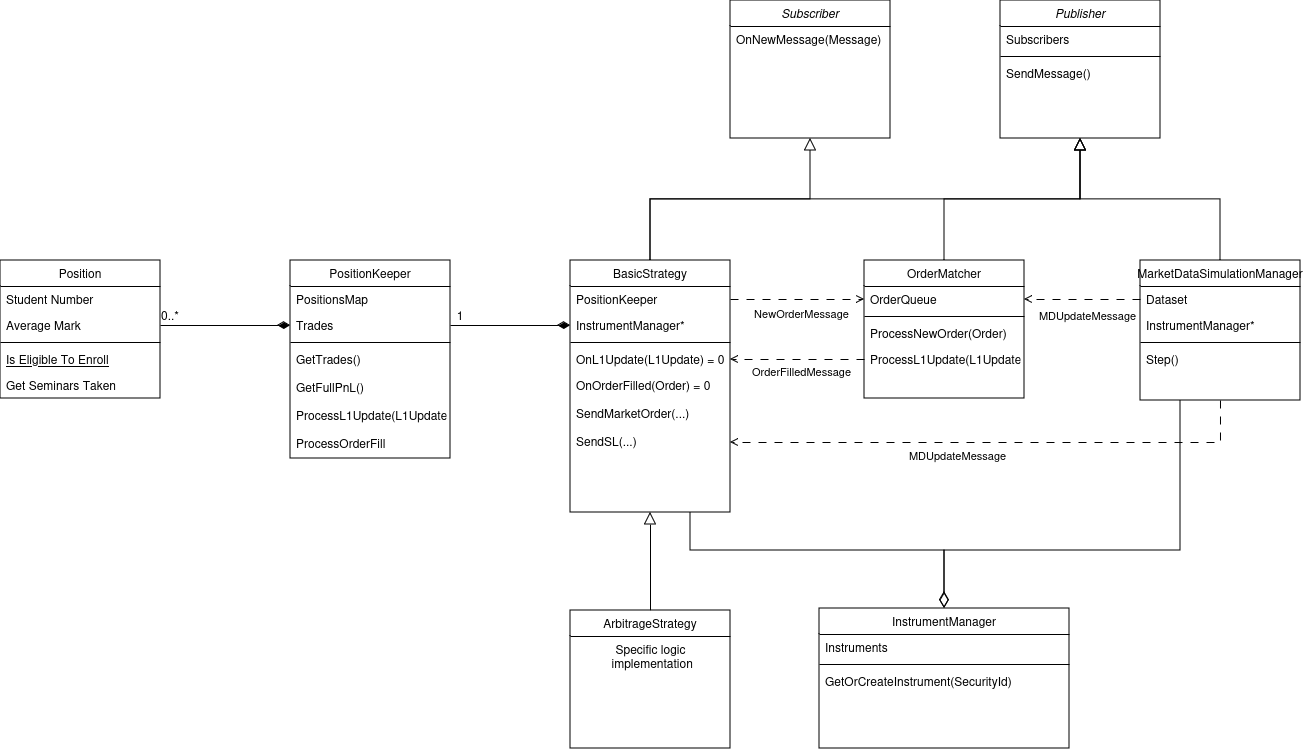
The draw.io diagram ArbSimulation.png in hexteran/ArbSimulation, before a commit. Source tidied: cells renumbered, new cells last; positions are measured from the earlier drawing's top-left corner, leaving out a move shared by most shapes. Its diagram source:
```xml
<mxGraphModel>
  <root>
    <mxCell id="0" />
    <mxCell id="1" parent="0" />
    <mxCell id="2" value="Subscriber" style="swimlane;fontStyle=2;align=center;verticalAlign=top;horizontal=1;startSize=26;rounded=0;shadow=0;strokeWidth=1;" parent="1" vertex="1">
      <mxGeometry x="730" width="160" height="138" as="geometry" />
    </mxCell>
    <mxCell id="3" value="OnNewMessage(Message)" style="text;align=left;verticalAlign=top;spacingLeft=4;spacingRight=4;overflow=hidden;" parent="2" vertex="1">
      <mxGeometry y="26" width="160" height="26" as="geometry" />
    </mxCell>
    <mxCell id="4" style="edgeStyle=orthogonalEdgeStyle;rounded=0;jettySize=auto;html=1;exitX=0.5;exitY=0;exitDx=0;exitDy=0;entryX=0.5;entryY=1;entryDx=0;entryDy=0;endArrow=block;endFill=0;endSize=10;" parent="1" edge="1" source="7" target="2">
      <mxGeometry relative="1" as="geometry" />
    </mxCell>
    <mxCell id="5" style="edgeStyle=orthogonalEdgeStyle;rounded=0;jettySize=auto;html=1;exitX=0.5;exitY=0;exitDx=0;exitDy=0;entryX=0.5;entryY=1;entryDx=0;entryDy=0;endSize=10;endArrow=block;endFill=0;" parent="1" edge="1" source="7" target="15">
      <mxGeometry relative="1" as="geometry" />
    </mxCell>
    <mxCell id="6" style="edgeStyle=orthogonalEdgeStyle;rounded=0;jettySize=auto;html=1;exitX=0.75;exitY=1;exitDx=0;exitDy=0;endArrow=diamondThin;endFill=0;endSize=14;" parent="1" edge="1" source="7" target="61">
      <mxGeometry relative="1" as="geometry">
        <Array as="points">
          <mxPoint x="690" y="550" />
          <mxPoint x="944" y="550" />
        </Array>
      </mxGeometry>
    </mxCell>
    <mxCell id="7" value="BasicStrategy" style="swimlane;fontStyle=0;align=center;verticalAlign=top;horizontal=1;startSize=26;rounded=0;shadow=0;strokeWidth=1;" parent="1" vertex="1">
      <mxGeometry x="570" y="260" width="160" height="252" as="geometry" />
    </mxCell>
    <mxCell id="8" value="PositionKeeper" style="text;align=left;verticalAlign=top;spacingLeft=4;spacingRight=4;overflow=hidden;points=[[0,0.5],[1,0.5]];portConstraint=eastwest;" parent="7" vertex="1">
      <mxGeometry y="26" width="160" height="26" as="geometry" />
    </mxCell>
    <mxCell id="9" value="InstrumentManager*" style="text;align=left;verticalAlign=top;spacingLeft=4;spacingRight=4;overflow=hidden;points=[[0,0.5],[1,0.5]];portConstraint=eastwest;rounded=0;shadow=0;html=0;" parent="7" vertex="1">
      <mxGeometry y="52" width="160" height="26" as="geometry" />
    </mxCell>
    <mxCell id="10" style="line;html=1;strokeWidth=1;align=left;verticalAlign=middle;spacingTop=-1;spacingLeft=3;spacingRight=3;labelPosition=right;" parent="7" vertex="1">
      <mxGeometry y="78" width="160" height="8" as="geometry" />
    </mxCell>
    <mxCell id="11" value="OnL1Update(L1Update) = 0" style="text;align=left;verticalAlign=top;spacingLeft=4;spacingRight=4;overflow=hidden;points=[[0,0.5],[1,0.5]];portConstraint=eastwest;fontStyle=0;" parent="7" vertex="1">
      <mxGeometry y="86" width="160" height="26" as="geometry" />
    </mxCell>
    <mxCell id="12" value="OnOrderFilled(Order) = 0" style="text;align=left;verticalAlign=top;spacingLeft=4;spacingRight=4;overflow=hidden;" parent="7" vertex="1">
      <mxGeometry y="112" width="160" height="28" as="geometry" />
    </mxCell>
    <mxCell id="13" value="SendMarketOrder(...)" style="text;align=left;verticalAlign=top;spacingLeft=4;spacingRight=4;overflow=hidden;" parent="7" vertex="1">
      <mxGeometry y="140" width="160" height="28" as="geometry" />
    </mxCell>
    <mxCell id="14" value="SendSL(...)" style="text;align=left;verticalAlign=top;spacingLeft=4;spacingRight=4;overflow=hidden;points=[[0,0.5],[1,0.5]];portConstraint=eastwest;" parent="7" vertex="1">
      <mxGeometry y="168" width="160" height="28" as="geometry" />
    </mxCell>
    <mxCell id="15" value="Publisher" style="swimlane;fontStyle=2;align=center;verticalAlign=top;horizontal=1;startSize=26;rounded=0;shadow=0;strokeWidth=1;" parent="1" vertex="1">
      <mxGeometry x="1000" width="160" height="138" as="geometry" />
    </mxCell>
    <mxCell id="16" value="Subscribers" style="text;align=left;verticalAlign=top;spacingLeft=4;spacingRight=4;overflow=hidden;" parent="15" vertex="1">
      <mxGeometry y="26" width="160" height="26" as="geometry" />
    </mxCell>
    <mxCell id="17" style="line;html=1;strokeWidth=1;align=left;verticalAlign=middle;spacingTop=-1;spacingLeft=3;spacingRight=3;labelPosition=right;" parent="15" vertex="1">
      <mxGeometry y="52" width="160" height="8" as="geometry" />
    </mxCell>
    <mxCell id="18" value="SendMessage()" style="text;align=left;verticalAlign=top;spacingLeft=4;spacingRight=4;overflow=hidden;" parent="15" vertex="1">
      <mxGeometry y="60" width="160" height="26" as="geometry" />
    </mxCell>
    <mxCell id="19" style="edgeStyle=orthogonalEdgeStyle;rounded=0;jettySize=auto;html=1;exitX=0.5;exitY=0;exitDx=0;exitDy=0;endArrow=block;endFill=0;endSize=10;entryX=0.5;entryY=1;entryDx=0;entryDy=0;" parent="1" edge="1" source="20" target="15">
      <mxGeometry relative="1" as="geometry" />
    </mxCell>
    <mxCell id="20" value="OrderMatcher" style="swimlane;fontStyle=0;align=center;verticalAlign=top;horizontal=1;startSize=26;rounded=0;shadow=0;strokeWidth=1;" parent="1" vertex="1">
      <mxGeometry x="864" y="260" width="160" height="138" as="geometry" />
    </mxCell>
    <mxCell id="21" value="OrderQueue" style="text;align=left;verticalAlign=top;spacingLeft=4;spacingRight=4;overflow=hidden;points=[[0,0.5],[1,0.5]];portConstraint=eastwest;" parent="20" vertex="1">
      <mxGeometry y="26" width="160" height="26" as="geometry" />
    </mxCell>
    <mxCell id="22" style="line;html=1;strokeWidth=1;align=left;verticalAlign=middle;spacingTop=-1;spacingLeft=3;spacingRight=3;labelPosition=right;" parent="20" vertex="1">
      <mxGeometry y="52" width="160" height="8" as="geometry" />
    </mxCell>
    <mxCell id="23" value="ProcessNewOrder(Order)" style="text;align=left;verticalAlign=top;spacingLeft=4;spacingRight=4;overflow=hidden;" parent="20" vertex="1">
      <mxGeometry y="60" width="160" height="26" as="geometry" />
    </mxCell>
    <mxCell id="24" value="ProcessL1Update(L1Update)" style="text;align=left;verticalAlign=top;spacingLeft=4;spacingRight=4;overflow=hidden;points=[[0,0.5],[1,0.5]];portConstraint=eastwest;" parent="20" vertex="1">
      <mxGeometry y="86" width="160" height="26" as="geometry" />
    </mxCell>
    <mxCell id="25" style="edgeStyle=orthogonalEdgeStyle;rounded=0;jettySize=auto;html=1;exitX=0.5;exitY=0;exitDx=0;exitDy=0;endArrow=block;endFill=0;endSize=10;entryX=0.5;entryY=1;entryDx=0;entryDy=0;" parent="1" edge="1" source="28" target="15">
      <mxGeometry relative="1" as="geometry" />
    </mxCell>
    <mxCell id="26" style="edgeStyle=orthogonalEdgeStyle;rounded=0;jettySize=auto;html=1;exitX=0.5;exitY=1;exitDx=0;exitDy=0;entryX=1;entryY=0.5;entryDx=0;entryDy=0;endArrow=open;endFill=0;dashed=1;dashPattern=8 8;" parent="1" edge="1" source="28" target="14">
      <mxGeometry relative="1" as="geometry" />
    </mxCell>
    <mxCell id="27" style="edgeStyle=orthogonalEdgeStyle;rounded=0;jettySize=auto;html=1;exitX=0.25;exitY=1;exitDx=0;exitDy=0;entryX=0.5;entryY=0;entryDx=0;entryDy=0;endArrow=diamondThin;endFill=0;endSize=13;" parent="1" edge="1" source="28" target="61">
      <mxGeometry relative="1" as="geometry">
        <Array as="points">
          <mxPoint x="1180" y="550" />
          <mxPoint x="944" y="550" />
        </Array>
      </mxGeometry>
    </mxCell>
    <mxCell id="28" value="MarketDataSimulationManager" style="swimlane;fontStyle=0;align=center;verticalAlign=top;horizontal=1;startSize=26;rounded=0;shadow=0;strokeWidth=1;" parent="1" vertex="1">
      <mxGeometry x="1140" y="260" width="160" height="140" as="geometry" />
    </mxCell>
    <mxCell id="29" value="Dataset" style="text;align=left;verticalAlign=top;spacingLeft=4;spacingRight=4;overflow=hidden;points=[[0,0.5],[1,0.5]];portConstraint=eastwest;" parent="28" vertex="1">
      <mxGeometry y="26" width="160" height="26" as="geometry" />
    </mxCell>
    <mxCell id="30" value="InstrumentManager*" style="text;align=left;verticalAlign=top;spacingLeft=4;spacingRight=4;overflow=hidden;rounded=0;shadow=0;html=0;" parent="28" vertex="1">
      <mxGeometry y="52" width="160" height="26" as="geometry" />
    </mxCell>
    <mxCell id="31" style="line;html=1;strokeWidth=1;align=left;verticalAlign=middle;spacingTop=-1;spacingLeft=3;spacingRight=3;labelPosition=right;" parent="28" vertex="1">
      <mxGeometry y="78" width="160" height="8" as="geometry" />
    </mxCell>
    <mxCell id="32" value="Step()" style="text;align=left;verticalAlign=top;spacingLeft=4;spacingRight=4;overflow=hidden;fontStyle=0;" parent="28" vertex="1">
      <mxGeometry y="86" width="160" height="26" as="geometry" />
    </mxCell>
    <mxCell id="33" value="PositionKeeper" style="swimlane;fontStyle=0;align=center;verticalAlign=top;horizontal=1;startSize=26;rounded=0;shadow=0;strokeWidth=1;" parent="1" vertex="1">
      <mxGeometry x="290" y="260" width="160" height="198" as="geometry" />
    </mxCell>
    <mxCell id="34" value="PositionsMap" style="text;align=left;verticalAlign=top;spacingLeft=4;spacingRight=4;overflow=hidden;" parent="33" vertex="1">
      <mxGeometry y="26" width="160" height="26" as="geometry" />
    </mxCell>
    <mxCell id="35" value="Trades" style="text;align=left;verticalAlign=top;spacingLeft=4;spacingRight=4;overflow=hidden;points=[[0,0.5],[1,0.5]];portConstraint=eastwest;rounded=0;shadow=0;html=0;" parent="33" vertex="1">
      <mxGeometry y="52" width="160" height="26" as="geometry" />
    </mxCell>
    <mxCell id="36" style="line;html=1;strokeWidth=1;align=left;verticalAlign=middle;spacingTop=-1;spacingLeft=3;spacingRight=3;labelPosition=right;" parent="33" vertex="1">
      <mxGeometry y="78" width="160" height="8" as="geometry" />
    </mxCell>
    <mxCell id="37" value="GetTrades()" style="text;align=left;verticalAlign=top;spacingLeft=4;spacingRight=4;overflow=hidden;" parent="33" vertex="1">
      <mxGeometry y="86" width="160" height="28" as="geometry" />
    </mxCell>
    <mxCell id="38" value="GetFullPnL()" style="text;align=left;verticalAlign=top;spacingLeft=4;spacingRight=4;overflow=hidden;" parent="33" vertex="1">
      <mxGeometry y="114" width="160" height="28" as="geometry" />
    </mxCell>
    <mxCell id="39" value="ProcessL1Update(L1Update)" style="text;align=left;verticalAlign=top;spacingLeft=4;spacingRight=4;overflow=hidden;" parent="33" vertex="1">
      <mxGeometry y="142" width="160" height="28" as="geometry" />
    </mxCell>
    <mxCell id="40" value="ProcessOrderFill" style="text;align=left;verticalAlign=top;spacingLeft=4;spacingRight=4;overflow=hidden;" parent="33" vertex="1">
      <mxGeometry y="170" width="160" height="28" as="geometry" />
    </mxCell>
    <mxCell id="41" value="Position" style="swimlane;fontStyle=0;align=center;verticalAlign=top;horizontal=1;startSize=26;rounded=0;shadow=0;strokeWidth=1;" parent="1" vertex="1">
      <mxGeometry y="260" width="160" height="138" as="geometry" />
    </mxCell>
    <mxCell id="42" value="Student Number" style="text;align=left;verticalAlign=top;spacingLeft=4;spacingRight=4;overflow=hidden;" parent="41" vertex="1">
      <mxGeometry y="26" width="160" height="26" as="geometry" />
    </mxCell>
    <mxCell id="43" value="Average Mark" style="text;align=left;verticalAlign=top;spacingLeft=4;spacingRight=4;overflow=hidden;points=[[0,0.5],[1,0.5]];portConstraint=eastwest;rounded=0;shadow=0;html=0;" parent="41" vertex="1">
      <mxGeometry y="52" width="160" height="26" as="geometry" />
    </mxCell>
    <mxCell id="44" style="line;html=1;strokeWidth=1;align=left;verticalAlign=middle;spacingTop=-1;spacingLeft=3;spacingRight=3;labelPosition=right;" parent="41" vertex="1">
      <mxGeometry y="78" width="160" height="8" as="geometry" />
    </mxCell>
    <mxCell id="45" value="Is Eligible To Enroll" style="text;align=left;verticalAlign=top;spacingLeft=4;spacingRight=4;overflow=hidden;fontStyle=4;" parent="41" vertex="1">
      <mxGeometry y="86" width="160" height="26" as="geometry" />
    </mxCell>
    <mxCell id="46" value="Get Seminars Taken" style="text;align=left;verticalAlign=top;spacingLeft=4;spacingRight=4;overflow=hidden;" parent="41" vertex="1">
      <mxGeometry y="112" width="160" height="26" as="geometry" />
    </mxCell>
    <mxCell id="47" style="edgeStyle=orthogonalEdgeStyle;rounded=0;jettySize=auto;html=1;exitX=1;exitY=0.5;exitDx=0;exitDy=0;entryX=0;entryY=0.5;entryDx=0;entryDy=0;endArrow=diamondThin;endFill=1;endSize=10;" parent="1" edge="1" source="35" target="9">
      <mxGeometry relative="1" as="geometry" />
    </mxCell>
    <mxCell id="48" style="edgeStyle=orthogonalEdgeStyle;rounded=0;jettySize=auto;html=1;exitX=1;exitY=0.5;exitDx=0;exitDy=0;entryX=0;entryY=0.5;entryDx=0;entryDy=0;endArrow=diamondThin;endFill=1;strokeWidth=1;endSize=10;" parent="1" edge="1" source="43" target="35">
      <mxGeometry relative="1" as="geometry" />
    </mxCell>
    <mxCell id="49" value="0..*" style="text;html=1;align=center;verticalAlign=middle;whiteSpace=wrap;rounded=0;" parent="1" vertex="1">
      <mxGeometry x="140" y="300" width="60" height="30" as="geometry" />
    </mxCell>
    <mxCell id="50" value="1" style="text;html=1;align=center;verticalAlign=middle;whiteSpace=wrap;rounded=0;" parent="1" vertex="1">
      <mxGeometry x="430" y="300" width="60" height="30" as="geometry" />
    </mxCell>
    <mxCell id="51" style="edgeStyle=orthogonalEdgeStyle;rounded=0;jettySize=auto;html=1;exitX=0.5;exitY=0;exitDx=0;exitDy=0;endArrow=block;endFill=0;endSize=10;entryX=0.5;entryY=1;entryDx=0;entryDy=0;" parent="1" edge="1" source="52" target="7">
      <mxGeometry relative="1" as="geometry" />
    </mxCell>
    <mxCell id="52" value="ArbitrageStrategy" style="swimlane;fontStyle=0;align=center;verticalAlign=top;horizontal=1;startSize=26;rounded=0;shadow=0;strokeWidth=1;" parent="1" vertex="1">
      <mxGeometry x="570" y="610" width="160" height="138" as="geometry" />
    </mxCell>
    <mxCell id="53" value="&lt;div&gt;Specific logic&lt;/div&gt;&lt;div&gt;&amp;nbsp;implementation&lt;/div&gt;" style="text;html=1;align=center;verticalAlign=middle;strokeColor=none;fillColor=none;" parent="52" vertex="1">
      <mxGeometry y="26" width="160" height="40" as="geometry" />
    </mxCell>
    <mxCell id="54" style="edgeStyle=orthogonalEdgeStyle;rounded=0;jettySize=auto;html=1;exitX=1;exitY=0.5;exitDx=0;exitDy=0;entryX=0;entryY=0.5;entryDx=0;entryDy=0;endArrow=open;endFill=0;strokeColor=default;dashed=1;dashPattern=8 8;" parent="1" edge="1" source="8" target="21">
      <mxGeometry relative="1" as="geometry" />
    </mxCell>
    <mxCell id="55" value="NewOrderMessage" style="edgeLabel;html=1;align=center;verticalAlign=middle;" parent="54" vertex="1">
      <mxGeometry x="-0.64" y="1" relative="1" as="geometry">
        <mxPoint x="46" y="14" as="offset" />
      </mxGeometry>
    </mxCell>
    <mxCell id="56" style="edgeStyle=orthogonalEdgeStyle;rounded=0;jettySize=auto;html=1;exitX=0;exitY=0.5;exitDx=0;exitDy=0;entryX=1;entryY=0.5;entryDx=0;entryDy=0;dashed=1;dashPattern=8 8;endArrow=open;endFill=0;" parent="1" edge="1" source="24" target="11">
      <mxGeometry relative="1" as="geometry" />
    </mxCell>
    <mxCell id="57" value="OrderFilledMessage" style="edgeLabel;html=1;align=center;verticalAlign=middle;" parent="1" vertex="1">
      <mxGeometry x="800" y="370" as="geometry" />
    </mxCell>
    <mxCell id="58" style="edgeStyle=orthogonalEdgeStyle;rounded=0;jettySize=auto;html=1;exitX=0;exitY=0.5;exitDx=0;exitDy=0;entryX=1;entryY=0.5;entryDx=0;entryDy=0;dashed=1;dashPattern=8 8;endArrow=open;endFill=0;" parent="1" edge="1" source="29" target="21">
      <mxGeometry relative="1" as="geometry" />
    </mxCell>
    <mxCell id="59" value="MDUpdateMessage" style="edgeLabel;html=1;align=center;verticalAlign=middle;" parent="1" vertex="1">
      <mxGeometry x="1110" y="310" as="geometry">
        <mxPoint x="-24" y="4" as="offset" />
      </mxGeometry>
    </mxCell>
    <mxCell id="60" value="MDUpdateMessage" style="edgeLabel;html=1;align=center;verticalAlign=middle;" parent="1" vertex="1">
      <mxGeometry x="980" y="450" as="geometry">
        <mxPoint x="-24" y="4" as="offset" />
      </mxGeometry>
    </mxCell>
    <mxCell id="61" value="InstrumentManager" style="swimlane;fontStyle=0;align=center;verticalAlign=top;horizontal=1;startSize=26;rounded=0;shadow=0;strokeWidth=1;" parent="1" vertex="1">
      <mxGeometry x="819" y="608" width="250" height="140" as="geometry" />
    </mxCell>
    <mxCell id="62" value="Instruments" style="text;align=left;verticalAlign=top;spacingLeft=4;spacingRight=4;overflow=hidden;" parent="61" vertex="1">
      <mxGeometry y="26" width="250" height="26" as="geometry" />
    </mxCell>
    <mxCell id="63" style="line;html=1;strokeWidth=1;align=left;verticalAlign=middle;spacingTop=-1;spacingLeft=3;spacingRight=3;labelPosition=right;" parent="61" vertex="1">
      <mxGeometry y="52" width="250" height="8" as="geometry" />
    </mxCell>
    <mxCell id="64" value="GetOrCreateInstrument(SecurityId)" style="text;align=left;verticalAlign=top;spacingLeft=4;spacingRight=4;overflow=hidden;fontStyle=0;" parent="61" vertex="1">
      <mxGeometry y="60" width="250" height="26" as="geometry" />
    </mxCell>
  </root>
</mxGraphModel>
```
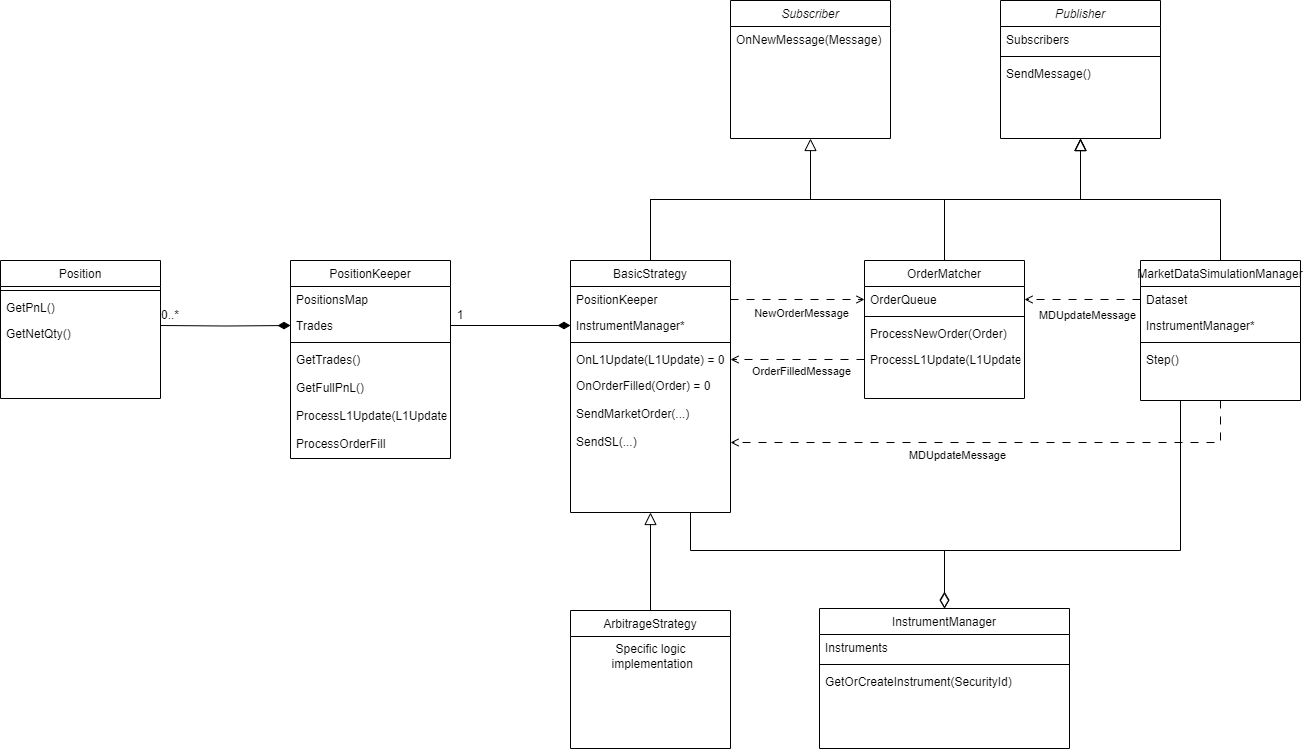
After the commit.

What changed in the source:
```diff
@@ -132,26 +132,22 @@
     <mxCell id="41" value="Position" style="swimlane;fontStyle=0;align=center;verticalAlign=top;horizontal=1;startSize=26;rounded=0;shadow=0;strokeWidth=1;" parent="1" vertex="1">
       <mxGeometry y="260" width="160" height="138" as="geometry" />
     </mxCell>
-    <mxCell id="42" value="Student Number" style="text;align=left;verticalAlign=top;spacingLeft=4;spacingRight=4;overflow=hidden;" parent="41" vertex="1">
-      <mxGeometry y="26" width="160" height="26" as="geometry" />
-    </mxCell>
-    <mxCell id="43" value="Average Mark" style="text;align=left;verticalAlign=top;spacingLeft=4;spacingRight=4;overflow=hidden;points=[[0,0.5],[1,0.5]];portConstraint=eastwest;rounded=0;shadow=0;html=0;" parent="41" vertex="1">
-      <mxGeometry y="52" width="160" height="26" as="geometry" />
-    </mxCell>
     <mxCell id="44" style="line;html=1;strokeWidth=1;align=left;verticalAlign=middle;spacingTop=-1;spacingLeft=3;spacingRight=3;labelPosition=right;" parent="41" vertex="1">
-      <mxGeometry y="78" width="160" height="8" as="geometry" />
+      <mxGeometry y="26" width="160" height="8" as="geometry" />
     </mxCell>
-    <mxCell id="45" value="Is Eligible To Enroll" style="text;align=left;verticalAlign=top;spacingLeft=4;spacingRight=4;overflow=hidden;fontStyle=4;" parent="41" vertex="1">
-      <mxGeometry y="86" width="160" height="26" as="geometry" />
-    </mxCell>
-    <mxCell id="46" value="Get Seminars Taken" style="text;align=left;verticalAlign=top;spacingLeft=4;spacingRight=4;overflow=hidden;" parent="41" vertex="1">
-      <mxGeometry y="112" width="160" height="26" as="geometry" />
+    <mxCell id="46" value="GetPnL()" style="text;align=left;verticalAlign=top;spacingLeft=4;spacingRight=4;overflow=hidden;" parent="41" vertex="1">
+      <mxGeometry y="34" width="160" height="26" as="geometry" />
     </mxCell>
+    <mxCell id="65" value="GetNetQty()" style="text;align=left;verticalAlign=top;spacingLeft=4;spacingRight=4;overflow=hidden;" parent="41" vertex="1">
+      <mxGeometry y="60" width="160" height="26" as="geometry" />
+    </mxCell>
     <mxCell id="47" style="edgeStyle=orthogonalEdgeStyle;rounded=0;jettySize=auto;html=1;exitX=1;exitY=0.5;exitDx=0;exitDy=0;entryX=0;entryY=0.5;entryDx=0;entryDy=0;endArrow=diamondThin;endFill=1;endSize=10;" parent="1" edge="1" source="35" target="9">
       <mxGeometry relative="1" as="geometry" />
     </mxCell>
-    <mxCell id="48" style="edgeStyle=orthogonalEdgeStyle;rounded=0;jettySize=auto;html=1;exitX=1;exitY=0.5;exitDx=0;exitDy=0;entryX=0;entryY=0.5;entryDx=0;entryDy=0;endArrow=diamondThin;endFill=1;strokeWidth=1;endSize=10;" parent="1" edge="1" source="43" target="35">
-      <mxGeometry relative="1" as="geometry" />
+    <mxCell id="48" style="edgeStyle=orthogonalEdgeStyle;rounded=0;jettySize=auto;html=1;exitX=1;exitY=0.5;exitDx=0;exitDy=0;entryX=0;entryY=0.5;entryDx=0;entryDy=0;endArrow=diamondThin;endFill=1;strokeWidth=1;endSize=10;" parent="1" edge="1" target="35">
+      <mxGeometry relative="1" as="geometry">
+        <mxPoint x="160" y="325" as="sourcePoint" />
+      </mxGeometry>
     </mxCell>
     <mxCell id="49" value="0..*" style="text;html=1;align=center;verticalAlign=middle;whiteSpace=wrap;rounded=0;" parent="1" vertex="1">
       <mxGeometry x="140" y="300" width="60" height="30" as="geometry" />
```
